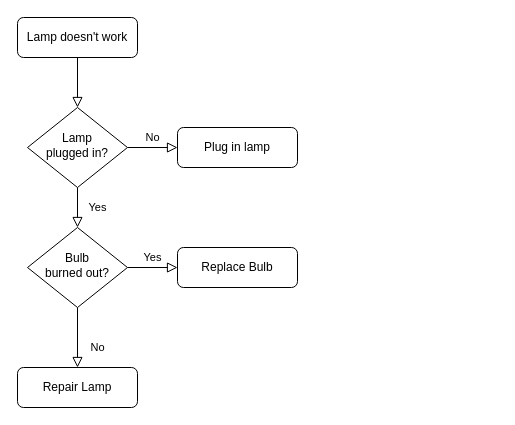
remember-5/draw-file keeps this draw.io diagram as 未命名绘图.drawio. Above is the earlier version. Source tidied: cells renumbered, new cells numbered last; positions are measured from the earlier drawing's top-left corner, leaving out a move shared by most shapes. Both pictures are drawn from the tidied source at 100%, with x=0, y=0 at pixel (17, 17).
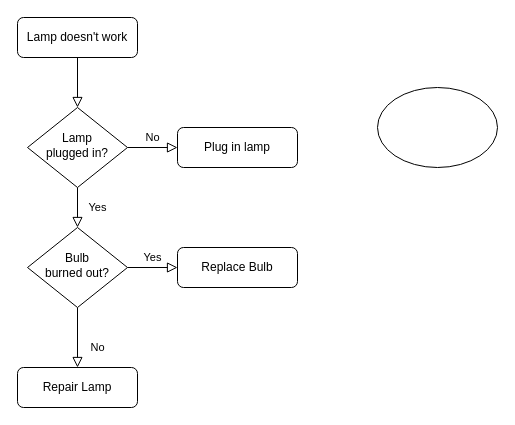
The same page after the edit.

Commit message:
更新未命名绘图.drawio

What changed in the source:
```diff
@@
 <mxGraphModel>
   <root>
     <mxCell id="0" />
     <mxCell id="1" parent="0" />
     <mxCell id="2" style="rounded=0;html=1;jettySize=auto;fontSize=11;endArrow=block;endFill=0;endSize=8;strokeWidth=1;shadow=0;labelBackgroundColor=none;edgeStyle=orthogonalEdgeStyle;" parent="1" edge="1" source="3" target="6">
       <mxGeometry relative="1" as="geometry" />
     </mxCell>
     <mxCell id="3" value="Lamp doesn't work" style="rounded=1;whiteSpace=wrap;html=1;fontSize=12;glass=0;strokeWidth=1;shadow=0;" parent="1" vertex="1">
       <mxGeometry width="120" height="40" as="geometry" />
     </mxCell>
     <mxCell id="4" value="Yes" style="rounded=0;html=1;jettySize=auto;fontSize=11;endArrow=block;endFill=0;endSize=8;strokeWidth=1;shadow=0;labelBackgroundColor=none;edgeStyle=orthogonalEdgeStyle;" parent="1" edge="1" source="6" target="10">
       <mxGeometry y="20" relative="1" as="geometry" />
     </mxCell>
     <mxCell id="5" value="No" style="edgeStyle=orthogonalEdgeStyle;rounded=0;html=1;jettySize=auto;fontSize=11;endArrow=block;endFill=0;endSize=8;strokeWidth=1;shadow=0;labelBackgroundColor=none;" parent="1" edge="1" source="6" target="7">
       <mxGeometry y="10" relative="1" as="geometry" />
     </mxCell>
     <mxCell id="6" value="Lamp&lt;br&gt;plugged in?" style="rhombus;whiteSpace=wrap;html=1;shadow=0;fontFamily=Helvetica;fontSize=12;align=center;strokeWidth=1;spacing=6;spacingTop=-4;" parent="1" vertex="1">
       <mxGeometry x="10" y="90" width="100" height="80" as="geometry" />
     </mxCell>
     <mxCell id="7" value="Plug in lamp" style="rounded=1;whiteSpace=wrap;html=1;fontSize=12;glass=0;strokeWidth=1;shadow=0;" parent="1" vertex="1">
       <mxGeometry x="160" y="110" width="120" height="40" as="geometry" />
     </mxCell>
     <mxCell id="8" value="No" style="rounded=0;html=1;jettySize=auto;fontSize=11;endArrow=block;endFill=0;endSize=8;strokeWidth=1;shadow=0;labelBackgroundColor=none;edgeStyle=orthogonalEdgeStyle;" parent="1" edge="1" source="10" target="11">
       <mxGeometry x="0.33" y="20" relative="1" as="geometry" />
     </mxCell>
     <mxCell id="9" value="Yes" style="edgeStyle=orthogonalEdgeStyle;rounded=0;html=1;jettySize=auto;fontSize=11;endArrow=block;endFill=0;endSize=8;strokeWidth=1;shadow=0;labelBackgroundColor=none;" parent="1" edge="1" source="10" target="12">
       <mxGeometry y="10" relative="1" as="geometry" />
     </mxCell>
     <mxCell id="10" value="Bulb&lt;br&gt;burned out?" style="rhombus;whiteSpace=wrap;html=1;shadow=0;fontFamily=Helvetica;fontSize=12;align=center;strokeWidth=1;spacing=6;spacingTop=-4;" parent="1" vertex="1">
       <mxGeometry x="10" y="210" width="100" height="80" as="geometry" />
     </mxCell>
     <mxCell id="11" value="Repair Lamp" style="rounded=1;whiteSpace=wrap;html=1;fontSize=12;glass=0;strokeWidth=1;shadow=0;" parent="1" vertex="1">
       <mxGeometry y="350" width="120" height="40" as="geometry" />
     </mxCell>
     <mxCell id="12" value="Replace Bulb" style="rounded=1;whiteSpace=wrap;html=1;fontSize=12;glass=0;strokeWidth=1;shadow=0;" parent="1" vertex="1">
       <mxGeometry x="160" y="230" width="120" height="40" as="geometry" />
     </mxCell>
+    <mxCell id="13" style="ellipse;whiteSpace=wrap;html=1;" parent="1" vertex="1">
+      <mxGeometry x="360" y="70" width="120" height="80" as="geometry" />
+    </mxCell>
   </root>
 </mxGraphModel>
```
